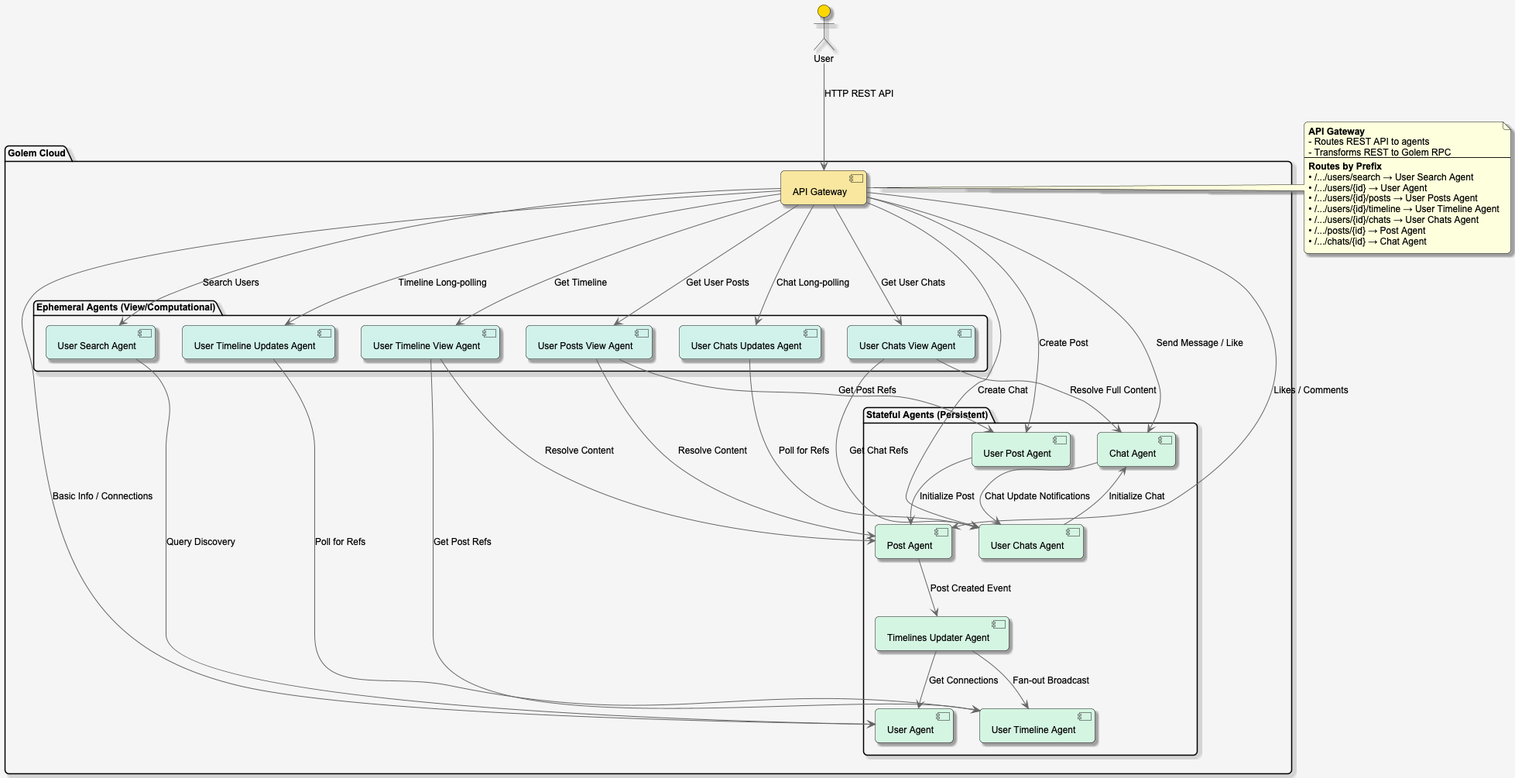
Earlier version of the PlantUML export architecture.png (justcoon/golem-social-net-rust). Source of this version:
```plantuml
@startuml Golem Social Net Architecture

skinparam componentStyle uml2
skinparam backgroundColor #F5F5F5
skinparam defaultFontName Arial
skinparam defaultFontSize 12
skinparam roundcorner 10
skinparam shadowing true
skinparam ArrowColor #666666

!define STATEFUL #D5F5E3
!define EPHEMERAL #D1F2EB
!define GATEWAY #F9E79F
!define ACTOR_COLOR #FFD700

actor "User" as app_user ACTOR_COLOR

package "Golem Cloud" {
    [API Gateway] as gateway GATEWAY

    package "Stateful Agents (Persistent)" {
        [User Agent] as user STATEFUL
        [Post Agent] as post STATEFUL
        [User Post Agent] as user_posts STATEFUL
        [User Timeline Agent] as user_timeline STATEFUL
        [Timelines Updater Agent] as timeline_updater STATEFUL
        [Chat Agent] as chat STATEFUL
        [User Chats Agent] as user_chats STATEFUL
    }

    package "Ephemeral Agents (View/Computational)" {
        [User Search Agent] as user_search EPHEMERAL
        [User Posts View Agent] as user_posts_view EPHEMERAL
        [User Timeline View Agent] as timeline_view EPHEMERAL
        [User Timeline Updates Agent] as timeline_updates EPHEMERAL
        [User Chats View Agent] as chats_view EPHEMERAL
        [User Chats Updates Agent] as chats_updates EPHEMERAL
    }
}

app_user --> gateway : "HTTP REST API"

gateway --> user : "Basic Info / Connections"
gateway --> post : "Likes / Comments"
gateway --> user_posts : "Create Post"
gateway --> user_search : "Search Users"
gateway --> user_posts_view : "Get User Posts"
gateway --> timeline_view : "Get Timeline"
gateway --> timeline_updates : "Timeline Long-polling"
gateway --> user_chats : "Create Chat"
gateway --> chat : "Send Message / Like"
gateway --> chats_view : "Get User Chats"
gateway --> chats_updates : "Chat Long-polling"

user_search --> user : "Query Discovery"
user_posts --> post : "Initialize Post"
user_posts_view --> user_posts : "Get Post Refs"
user_posts_view --> post : "Resolve Content"

timeline_view --> user_timeline : "Get Post Refs"
timeline_view --> post : "Resolve Content"
timeline_updates --> user_timeline : "Poll for Refs"

post --> timeline_updater : "Post Created Event"
timeline_updater --> user : "Get Connections"
timeline_updater --> user_timeline : "Fan-out Broadcast"

user_chats --> chat : "Initialize Chat"
chat --> user_chats : "Chat Update Notifications"
chats_view --> user_chats : "Get Chat Refs"
chats_view --> chat : "Resolve Full Content"
chats_updates --> user_chats : "Poll for Refs"

note right of gateway
  <b>API Gateway</b>
  - Routes REST API to agents
  - Transforms REST to Golem RPC
  --
  <b>Routes by Prefix</b>
  • /.../users/search → User Search Agent
  • /.../users/{id} → User Agent
  • /.../users/{id}/posts → User Posts Agent
  • /.../users/{id}/timeline → User Timeline Agent
  • /.../users/{id}/chats → User Chats Agent
  • /.../posts/{id} → Post Agent
  • /.../chats/{id} → Chat Agent
end note

@enduml
```
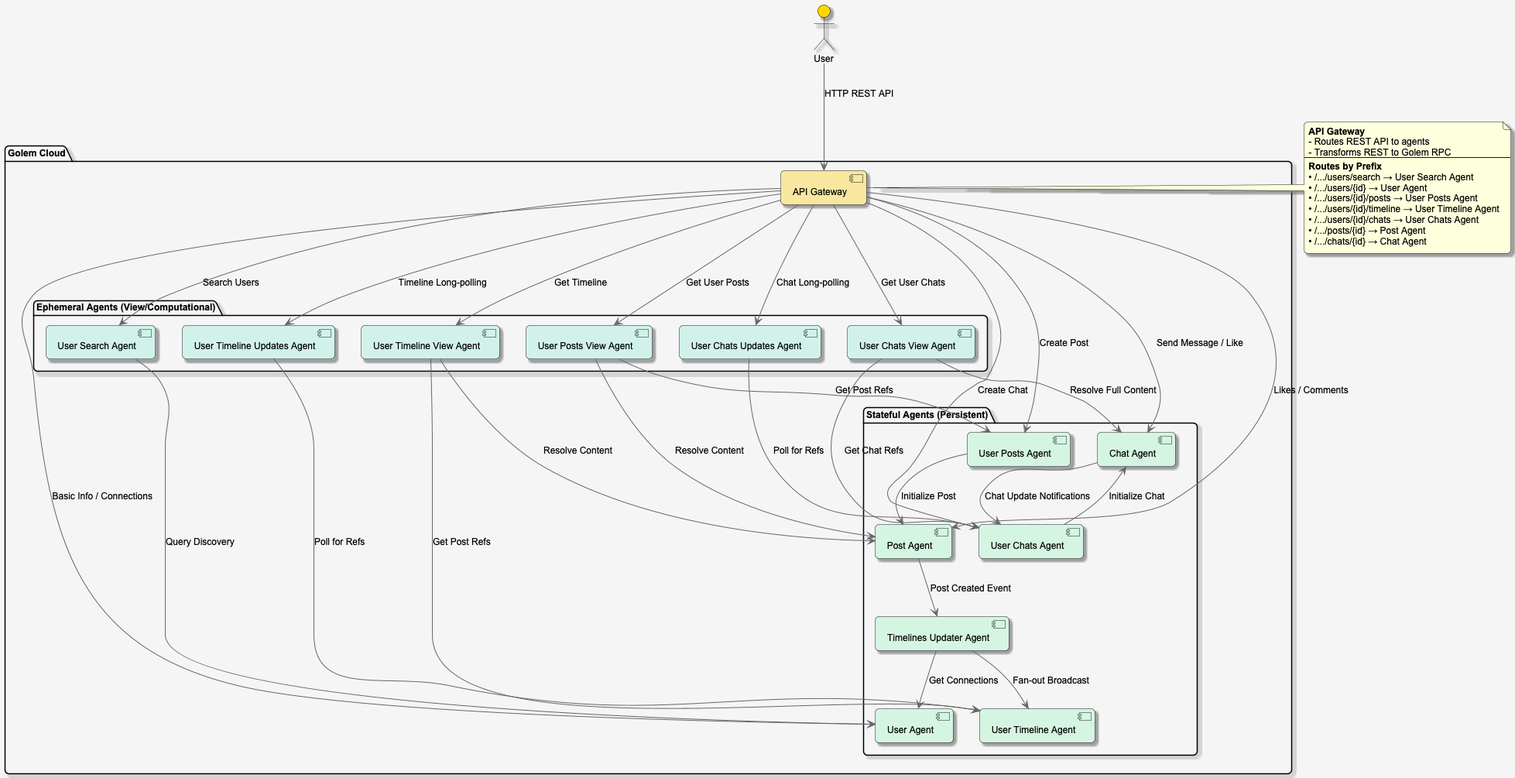
Above is the later version.

Change to the diagram source:
```diff
@@ -21,7 +21,7 @@
     package "Stateful Agents (Persistent)" {
         [User Agent] as user STATEFUL
         [Post Agent] as post STATEFUL
-        [User Post Agent] as user_posts STATEFUL
+        [User Posts Agent] as user_posts STATEFUL
         [User Timeline Agent] as user_timeline STATEFUL
         [Timelines Updater Agent] as timeline_updater STATEFUL
         [Chat Agent] as chat STATEFUL
```
